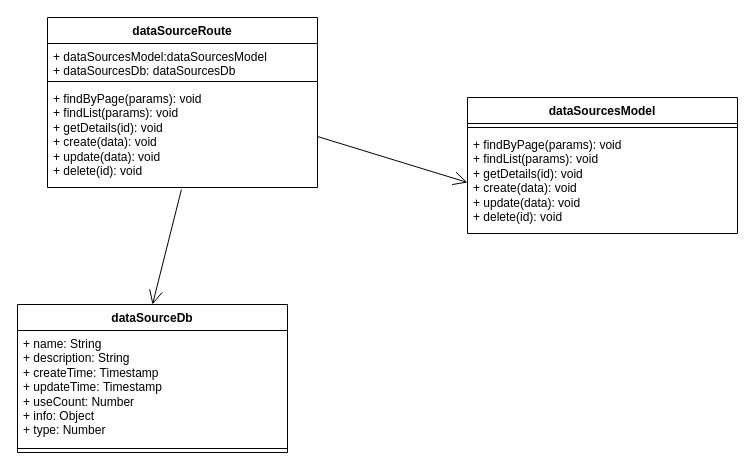
Above: 数据源.drawio in yuxinyu12345/diagrams (draw.io), before the change. Source tidied: cells renumbered, new cells numbered last; positions are measured from the earlier drawing's top-left corner, leaving out a move shared by most shapes. Both pictures are drawn from the tidied source at 100%, with x=0, y=0 at pixel (17, 17).
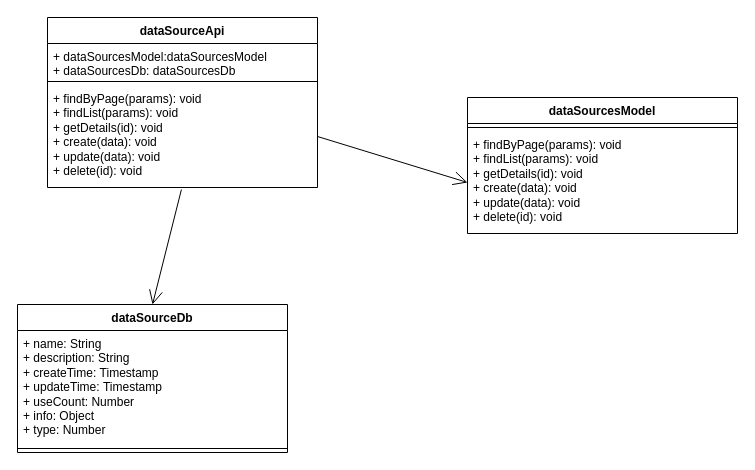
Above is the later version.

Commit message (it also covers changes not shown here):
更新数据源.drawio

What changed in the source:
```diff
@@
 <mxGraphModel>
   <root>
     <mxCell id="0" />
     <mxCell id="1" parent="0" />
-    <mxCell id="2" value="dataSourceRoute" style="swimlane;fontStyle=1;align=center;verticalAlign=top;horizontal=1;startSize=26;whiteSpace=wrap;html=1;" parent="1" vertex="1">
+    <mxCell id="2" value="dataSourceApi" style="swimlane;fontStyle=1;align=center;verticalAlign=top;horizontal=1;startSize=26;whiteSpace=wrap;html=1;" parent="1" vertex="1">
       <mxGeometry x="30" width="270" height="170" as="geometry" />
     </mxCell>
     <mxCell id="3" value="+ dataSourcesModel:dataSourcesModel&lt;br&gt;+ dataSourcesDb: dataSourcesDb" style="text;strokeColor=none;fillColor=none;align=left;verticalAlign=top;spacingLeft=4;spacingRight=4;overflow=hidden;whiteSpace=wrap;html=1;" parent="2" vertex="1">
       <mxGeometry y="26" width="270" height="34" as="geometry" />
     </mxCell>
     <mxCell id="4" style="line;strokeWidth=1;fillColor=none;align=left;verticalAlign=middle;spacingTop=-1;spacingLeft=3;spacingRight=3;labelPosition=right;strokeColor=inherit;" parent="2" vertex="1">
       <mxGeometry y="60" width="270" height="8" as="geometry" />
     </mxCell>
     <mxCell id="5" value="+ findByPage(params): void&lt;br&gt;+ findList(params): void&lt;br&gt;+ getDetails(id): void&lt;br&gt;+ create(data): void&lt;br&gt;+ update(data): void&lt;br&gt;+ delete(id): void" style="text;strokeColor=none;fillColor=none;align=left;verticalAlign=top;spacingLeft=4;spacingRight=4;overflow=hidden;points=[[0,0.5],[1,0.5]];portConstraint=eastwest;whiteSpace=wrap;html=1;" parent="2" vertex="1">
       <mxGeometry y="68" width="270" height="102" as="geometry" />
     </mxCell>
     <mxCell id="6" value="dataSourcesModel" style="swimlane;fontStyle=1;align=center;verticalAlign=top;horizontal=1;startSize=26;whiteSpace=wrap;html=1;" parent="1" vertex="1">
       <mxGeometry x="450" y="80" width="270" height="136" as="geometry" />
     </mxCell>
     <mxCell id="7" style="line;strokeWidth=1;fillColor=none;align=left;verticalAlign=middle;spacingTop=-1;spacingLeft=3;spacingRight=3;labelPosition=right;strokeColor=inherit;" parent="6" vertex="1">
       <mxGeometry y="26" width="270" height="8" as="geometry" />
     </mxCell>
     <mxCell id="8" value="+ findByPage(params): void&lt;br&gt;+ findList(params): void&lt;br&gt;+ getDetails(id): void&lt;br&gt;+ create(data): void&lt;br&gt;+ update(data): void&lt;br&gt;+ delete(id): void" style="text;strokeColor=none;fillColor=none;align=left;verticalAlign=top;spacingLeft=4;spacingRight=4;overflow=hidden;points=[[0,0.5],[1,0.5]];portConstraint=eastwest;whiteSpace=wrap;html=1;" parent="6" vertex="1">
       <mxGeometry y="34" width="270" height="102" as="geometry" />
     </mxCell>
     <mxCell id="9" value="dataSourceDb" style="swimlane;fontStyle=1;align=center;verticalAlign=top;horizontal=1;startSize=26;whiteSpace=wrap;html=1;" parent="1" vertex="1">
       <mxGeometry y="287" width="270" height="148" as="geometry" />
     </mxCell>
     <mxCell id="10" value="+ name: String&lt;br&gt;+&amp;nbsp;description: String&lt;br&gt;+&amp;nbsp;createTime:&amp;nbsp;Timestamp&lt;br&gt;+ updateTime:&amp;nbsp;Timestamp&lt;br&gt;+ useCount: Number&lt;br&gt;+&amp;nbsp;info: Object&lt;br&gt;+ type:&amp;nbsp;Number" style="text;strokeColor=none;fillColor=none;align=left;verticalAlign=top;spacingLeft=4;spacingRight=4;overflow=hidden;whiteSpace=wrap;html=1;" parent="9" vertex="1">
       <mxGeometry y="26" width="270" height="114" as="geometry" />
     </mxCell>
     <mxCell id="11" style="line;strokeWidth=1;fillColor=none;align=left;verticalAlign=middle;spacingTop=-1;spacingLeft=3;spacingRight=3;labelPosition=right;strokeColor=inherit;" parent="9" vertex="1">
       <mxGeometry y="140" width="270" height="8" as="geometry" />
     </mxCell>
     <mxCell id="12" style="endArrow=open;endFill=1;endSize=12;html=1;rounded=0;exitX=1;exitY=0.5;exitDx=0;exitDy=0;entryX=0;entryY=0.5;entryDx=0;entryDy=0;" parent="1" edge="1" source="5" target="8">
       <mxGeometry relative="1" as="geometry" />
     </mxCell>
     <mxCell id="13" style="endArrow=open;endFill=1;endSize=12;html=1;rounded=0;exitX=0.496;exitY=1.02;exitDx=0;exitDy=0;exitPerimeter=0;entryX=0.5;entryY=0;entryDx=0;entryDy=0;" parent="1" edge="1" source="5" target="9">
       <mxGeometry relative="1" as="geometry" />
     </mxCell>
   </root>
 </mxGraphModel>
```
